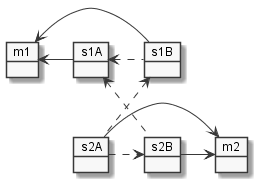
researchstudio-sat/webofneeds keeps this PlantUML diagram as documentation/protocol/img/conn-message-container.png. Above is the earlier version. Source of this version:
```plantuml
@startuml
scale 1
skinparam monochrome true

hide attributes


object "m1"  as m1A
object "s1A"  as s1A
object "s1B"  as s1B

object "m2"  as m2B
object "s2B"  as s2B
object "s2A" as s2A


s1A --left-->  m1A
s1B ..left..>  s1A
s1B --left-->  m1A

s2B --right--> m2B
s2A ..right..>  s2B
s2A --right-->  m2B
s2B .up.> s1A
s2A .up.> s1B

@enduml
```
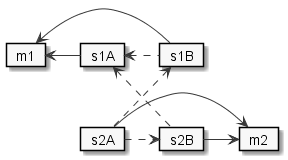
The same diagram one commit later.

Change to the diagram source:
```diff
@@ -5,14 +5,13 @@
 hide attributes
 
 
-object "m1"  as m1A
-object "s1A"  as s1A
-object "s1B"  as s1B
+card "m1"  as m1A
+card "s1A"  as s1A
+card "s1B"  as s1B
 
-object "m2"  as m2B
-object "s2B"  as s2B
-object "s2A" as s2A
-
+card "m2"  as m2B
+card "s2B"  as s2B
+card "s2A" as s2A
 
 s1A --left-->  m1A
 s1B ..left..>  s1A
```
